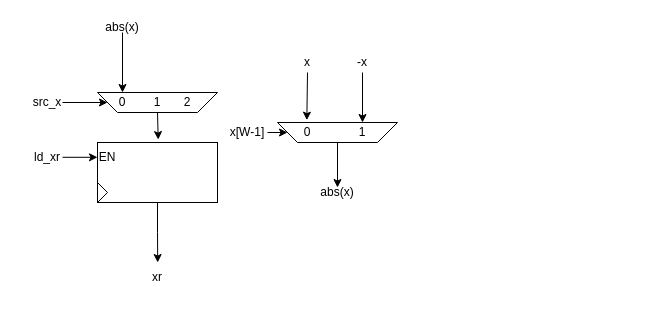
Above: DataPath_reg_x.drawio in 0xByteRush/COE302 (draw.io), before the change. Source tidied: cells renumbered, new cells numbered last; positions are measured from the earlier drawing's top-left corner, leaving out a move shared by most shapes. Both pictures are drawn from the tidied source at 100%, with x=0, y=0 at pixel (17, 22).
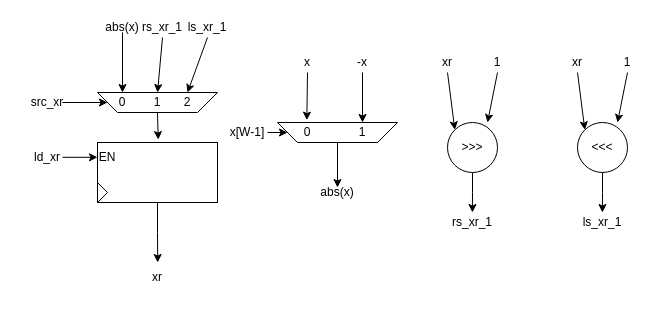
The same page after the edit.

Unchanged cells that the change refers to:
```xml
<mxCell id="14" value="1" style="text;html=1;whiteSpace=wrap;strokeColor=none;fillColor=none;align=center;verticalAlign=middle;rounded=0;" parent="1" vertex="1">
  <mxGeometry x="125" y="70" width="30" height="20" as="geometry" />
</mxCell>
<mxCell id="15" value="2" style="text;html=1;whiteSpace=wrap;strokeColor=none;fillColor=none;align=center;verticalAlign=middle;rounded=0;" parent="1" vertex="1">
  <mxGeometry x="155" y="70" width="30" height="20" as="geometry" />
</mxCell>
```

The edit, as a diff of the source:
```diff
@@
-    <mxCell id="12" value="src_x" style="text;html=1;whiteSpace=wrap;strokeColor=none;fillColor=none;align=center;verticalAlign=middle;rounded=0;" parent="1" vertex="1">
+    <mxCell id="12" value="src_xr" style="text;html=1;whiteSpace=wrap;strokeColor=none;fillColor=none;align=center;verticalAlign=middle;rounded=0;" parent="1" vertex="1">
       <mxGeometry x="15" y="70" width="30" height="20" as="geometry" />
     </mxCell>
@@
+    <mxCell id="29" style="edgeStyle=orthogonalEdgeStyle;rounded=0;jettySize=auto;html=1;exitX=0.5;exitY=1;exitDx=0;exitDy=0;" parent="1" edge="1" source="30">
+      <mxGeometry relative="1" as="geometry">
+        <mxPoint x="454.9" y="190" as="targetPoint" />
+      </mxGeometry>
+    </mxCell>
+    <mxCell id="30" value="&amp;gt;&amp;gt;&amp;gt;" style="ellipse;whiteSpace=wrap;html=1;" parent="1" vertex="1">
+      <mxGeometry x="430" y="100" width="50" height="50" as="geometry" />
+    </mxCell>
+    <mxCell id="31" style="rounded=0;jettySize=auto;html=1;exitX=0.5;exitY=1;exitDx=0;exitDy=0;entryX=0;entryY=0;entryDx=0;entryDy=0;" parent="1" edge="1" source="32" target="30">
+      <mxGeometry relative="1" as="geometry" />
+    </mxCell>
+    <mxCell id="32" value="xr" style="text;html=1;whiteSpace=wrap;strokeColor=none;fillColor=none;align=center;verticalAlign=middle;rounded=0;" parent="1" vertex="1">
+      <mxGeometry x="410" y="30" width="40" height="20" as="geometry" />
+    </mxCell>
+    <mxCell id="33" value="1" style="text;html=1;whiteSpace=wrap;strokeColor=none;fillColor=none;align=center;verticalAlign=middle;rounded=0;" parent="1" vertex="1">
+      <mxGeometry x="460" y="30" width="40" height="20" as="geometry" />
+    </mxCell>
+    <mxCell id="34" style="rounded=0;jettySize=auto;html=1;exitX=0.5;exitY=1;exitDx=0;exitDy=0;entryX=0.8;entryY=0;entryDx=0;entryDy=0;entryPerimeter=0;" parent="1" edge="1" source="33" target="30">
+      <mxGeometry relative="1" as="geometry" />
+    </mxCell>
+    <mxCell id="35" value="rs_xr_1" style="text;html=1;whiteSpace=wrap;strokeColor=none;fillColor=none;align=center;verticalAlign=middle;rounded=0;" parent="1" vertex="1">
+      <mxGeometry x="435" y="190" width="40" height="20" as="geometry" />
+    </mxCell>
+    <mxCell id="36" style="edgeStyle=orthogonalEdgeStyle;rounded=0;jettySize=auto;html=1;exitX=0.5;exitY=1;exitDx=0;exitDy=0;" parent="1" edge="1" source="37">
+      <mxGeometry relative="1" as="geometry">
+        <mxPoint x="584.9" y="190" as="targetPoint" />
+      </mxGeometry>
+    </mxCell>
+    <mxCell id="37" value="&amp;lt;&amp;lt;&amp;lt;" style="ellipse;whiteSpace=wrap;html=1;" parent="1" vertex="1">
+      <mxGeometry x="560" y="100" width="50" height="50" as="geometry" />
+    </mxCell>
+    <mxCell id="38" style="rounded=0;jettySize=auto;html=1;exitX=0.5;exitY=1;exitDx=0;exitDy=0;entryX=0;entryY=0;entryDx=0;entryDy=0;" parent="1" edge="1" source="39" target="37">
+      <mxGeometry relative="1" as="geometry" />
+    </mxCell>
+    <mxCell id="39" value="xr" style="text;html=1;whiteSpace=wrap;strokeColor=none;fillColor=none;align=center;verticalAlign=middle;rounded=0;" parent="1" vertex="1">
+      <mxGeometry x="540" y="30" width="40" height="20" as="geometry" />
+    </mxCell>
+    <mxCell id="40" value="1" style="text;html=1;whiteSpace=wrap;strokeColor=none;fillColor=none;align=center;verticalAlign=middle;rounded=0;" parent="1" vertex="1">
+      <mxGeometry x="590" y="30" width="40" height="20" as="geometry" />
+    </mxCell>
+    <mxCell id="41" style="rounded=0;jettySize=auto;html=1;exitX=0.5;exitY=1;exitDx=0;exitDy=0;entryX=0.8;entryY=0;entryDx=0;entryDy=0;entryPerimeter=0;" parent="1" edge="1" source="40" target="37">
+      <mxGeometry relative="1" as="geometry" />
+    </mxCell>
+    <mxCell id="42" value="ls_xr_1" style="text;html=1;whiteSpace=wrap;strokeColor=none;fillColor=none;align=center;verticalAlign=middle;rounded=0;" parent="1" vertex="1">
+      <mxGeometry x="565" y="190" width="40" height="20" as="geometry" />
+    </mxCell>
+    <mxCell id="43" style="rounded=0;jettySize=auto;html=1;exitX=0.5;exitY=1;exitDx=0;exitDy=0;entryX=0.5;entryY=0;entryDx=0;entryDy=0;" parent="1" edge="1" source="44" target="14">
+      <mxGeometry relative="1" as="geometry" />
+    </mxCell>
+    <mxCell id="44" value="rs_xr_1" style="text;html=1;whiteSpace=wrap;strokeColor=none;fillColor=none;align=center;verticalAlign=middle;rounded=0;" parent="1" vertex="1">
+      <mxGeometry x="125" y="-5" width="40" height="20" as="geometry" />
+    </mxCell>
+    <mxCell id="45" style="rounded=0;jettySize=auto;html=1;exitX=0.5;exitY=1;exitDx=0;exitDy=0;entryX=0.5;entryY=0;entryDx=0;entryDy=0;" parent="1" edge="1" source="46" target="15">
+      <mxGeometry relative="1" as="geometry" />
+    </mxCell>
+    <mxCell id="46" value="ls_xr_1" style="text;html=1;whiteSpace=wrap;strokeColor=none;fillColor=none;align=center;verticalAlign=middle;rounded=0;" parent="1" vertex="1">
+      <mxGeometry x="170" y="-5" width="40" height="20" as="geometry" />
+    </mxCell>
```
